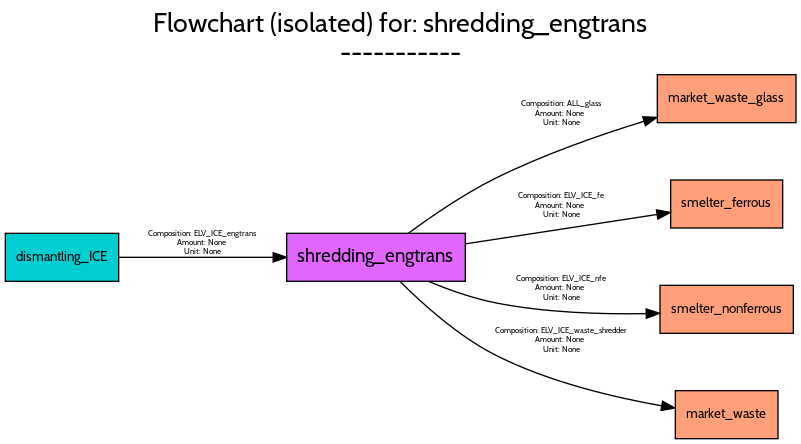
The Graphviz diagram src/examples/ELV/figures/flowcharts/processes/png/shredding_engtrans.png in FutuRaM-Project/Recovery-Model, before a commit. Its source is kept beside it as src/examples/ELV/figures/flowcharts/processes/dot/shredding_engtrans.dot.
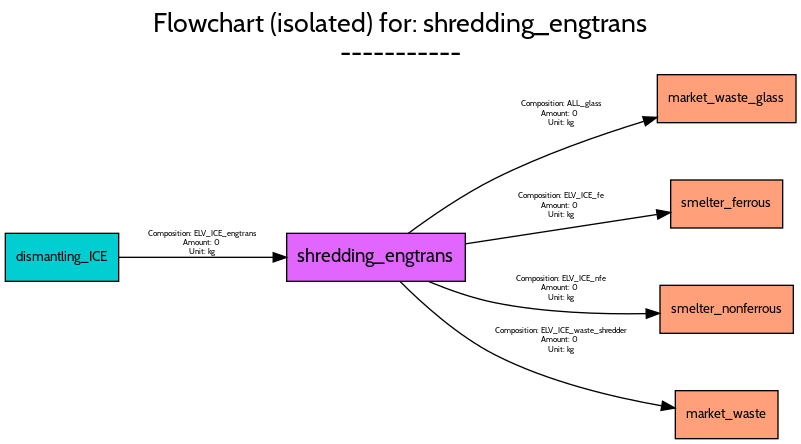
After the change.

The edit, as a diff of the source:
```diff
@@ -35,8 +35,8 @@
 		fontname=Cabin,
 		fontsize=6,
 		label="Composition: ALL_glass
-Amount: None
-Unit: None",
+Amount: 0
+Unit: kg",
 		lp="417,243.5",
 		pos="e,488.64,240.98 302.27,154.02 319.45,166.71 343.79,183.43 367,195 402.74,212.81 445.05,227.58 478.89,238.02"];
 	smelter_ferrous	[fillcolor=lightsalmon1,
@@ -51,8 +51,8 @@
 		fontname=Cabin,
 		fontsize=6,
 		label="Composition: ELV_ICE_fe
-Amount: None
-Unit: None",
+Amount: 0
+Unit: kg",
 		lp="417,174.5",
 		pos="e,498.75,169.68 345.2,146.15 389.75,152.97 447.63,161.84 488.69,168.14"];
 	smelter_nonferrous	[fillcolor=lightsalmon1,
@@ -67,8 +67,8 @@
 		fontname=Cabin,
 		fontsize=6,
 		label="Composition: ELV_ICE_nfe
-Amount: None
-Unit: None",
+Amount: 0
+Unit: kg",
 		lp="417,112.5",
 		pos="e,490.65,94.021 317.57,117.83 332.65,111.61 350.3,105.36 367,102 404.24,94.498 446.89,93.186 480.52,93.78"];
 	market_waste	[fillcolor=lightsalmon1,
@@ -83,8 +83,8 @@
 		fontname=Cabin,
 		fontsize=6,
 		label="Composition: ELV_ICE_waste_shredder
-Amount: None
-Unit: None",
+Amount: 0
+Unit: kg",
 		lp="417,73.5",
 		pos="e,502.19,22.96 296.18,117.75 312.79,101.14 339.44,77.12 367,63 406.59,42.714 456.09,31.037 491.98,24.688"];
 	dismantling_ICE	[fillcolor=darkturquoise,
@@ -99,8 +99,8 @@
 		fontname=Cabin,
 		fontsize=6,
 		label="Composition: ELV_ICE_engtrans
-Amount: None
-Unit: None",
+Amount: 0
+Unit: kg",
 		lp="148,146.5",
 		pos="e,210.9,136 85.245,136 117.28,136 162.37,136 200.78,136"];
 }
```
